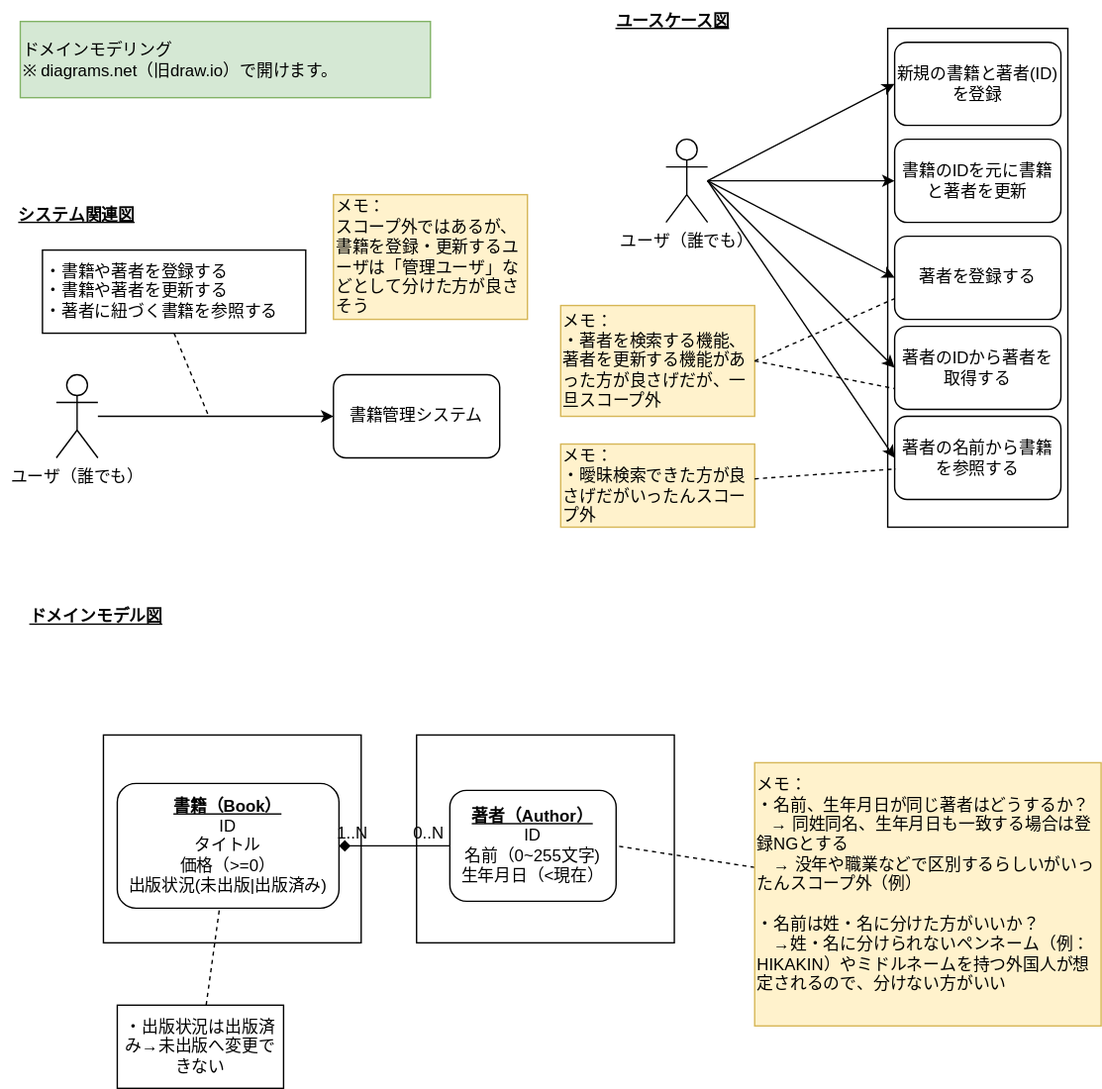
Above: docs/domain-modeling.drawio.svg in tNita/kotlin-spring-boot-onion-architecture-sample (draw.io), before the change. Source tidied: cells renumbered, new cells last; positions are measured from the earlier drawing's top-left corner, leaving out a move shared by most shapes.
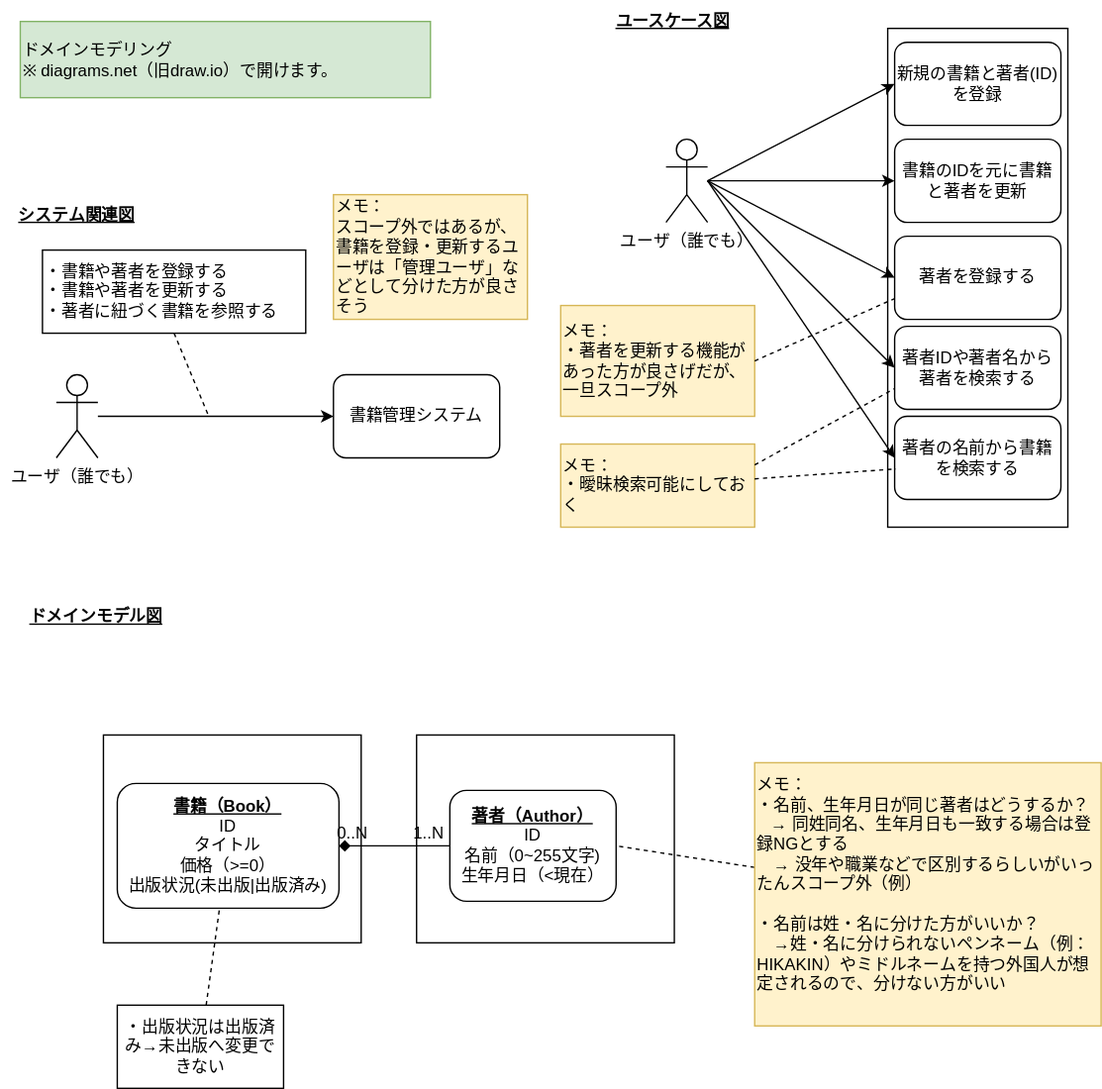
Above is the later version.

What changed in the source:
```diff
@@ -59,7 +59,7 @@
     <mxCell id="18" value="書籍のIDを元に書籍と著者を更新" style="rounded=1;whiteSpace=wrap;html=1;" parent="1" vertex="1">
       <mxGeometry x="645" y="100" width="120" height="60" as="geometry" />
     </mxCell>
-    <mxCell id="19" value="著者の名前から書籍を参照する" style="rounded=1;whiteSpace=wrap;html=1;" parent="1" vertex="1">
+    <mxCell id="19" value="著者の名前から書籍を検索する" style="rounded=1;whiteSpace=wrap;html=1;" parent="1" vertex="1">
       <mxGeometry x="645" y="300" width="120" height="60" as="geometry" />
     </mxCell>
     <mxCell id="20" value="&lt;u&gt;&lt;b&gt;ドメインモデル図&lt;/b&gt;&lt;/u&gt;" style="text;html=1;whiteSpace=wrap;strokeColor=none;fillColor=none;align=center;verticalAlign=middle;rounded=0;" parent="1" vertex="1">
@@ -74,10 +74,10 @@
     <mxCell id="23" value="&lt;b&gt;&lt;u&gt;著者（Author）&lt;/u&gt;&lt;/b&gt;&lt;br&gt;ID&lt;br&gt;名前（0~255文字)&lt;br&gt;生年月日（&amp;lt;現在）" style="rounded=1;whiteSpace=wrap;html=1;" parent="1" vertex="1">
       <mxGeometry x="324" y="570" width="120" height="80" as="geometry" />
     </mxCell>
-    <mxCell id="24" value="1..N" style="text;html=1;whiteSpace=wrap;strokeColor=none;fillColor=none;align=center;verticalAlign=middle;rounded=0;" parent="1" vertex="1">
+    <mxCell id="24" value="0..N" style="text;html=1;whiteSpace=wrap;strokeColor=none;fillColor=none;align=center;verticalAlign=middle;rounded=0;" parent="1" vertex="1">
       <mxGeometry x="239" y="596" width="30" height="10" as="geometry" />
     </mxCell>
-    <mxCell id="25" value="0..N" style="text;html=1;whiteSpace=wrap;strokeColor=none;fillColor=none;align=center;verticalAlign=middle;rounded=0;" parent="1" vertex="1">
+    <mxCell id="25" value="1..N" style="text;html=1;whiteSpace=wrap;strokeColor=none;fillColor=none;align=center;verticalAlign=middle;rounded=0;" parent="1" vertex="1">
       <mxGeometry x="294" y="596" width="30" height="10" as="geometry" />
     </mxCell>
     <mxCell id="26" style="rounded=0;jettySize=auto;html=1;endArrow=none;endFill=0;dashed=1;" parent="1" edge="1" source="27" target="21">
@@ -95,7 +95,7 @@
     <mxCell id="30" value="著者を登録する" style="rounded=1;whiteSpace=wrap;html=1;" parent="1" vertex="1">
       <mxGeometry x="645" y="170" width="120" height="60" as="geometry" />
     </mxCell>
-    <mxCell id="31" value="メモ：&lt;br&gt;・曖昧検索できた方が良さげだがいったんスコープ外" style="rounded=0;whiteSpace=wrap;html=1;align=left;fillColor=#fff2cc;strokeColor=#d6b656;" parent="1" vertex="1">
+    <mxCell id="31" value="メモ：&lt;br&gt;・曖昧検索可能にしておく" style="rounded=0;whiteSpace=wrap;html=1;align=left;fillColor=#fff2cc;strokeColor=#d6b656;" parent="1" vertex="1">
       <mxGeometry x="404" y="320" width="140" height="60" as="geometry" />
     </mxCell>
     <mxCell id="32" style="rounded=0;jettySize=auto;html=1;entryX=0;entryY=0.5;entryDx=0;entryDy=0;" parent="1" edge="1" target="30">
@@ -106,7 +106,7 @@
     <mxCell id="33" style="rounded=0;jettySize=auto;html=1;entryX=0.008;entryY=0.633;entryDx=0;entryDy=0;entryPerimeter=0;dashed=1;endArrow=none;endFill=0;" parent="1" edge="1" source="31" target="19">
       <mxGeometry relative="1" as="geometry" />
     </mxCell>
-    <mxCell id="34" value="著者のIDから著者を取得する" style="rounded=1;whiteSpace=wrap;html=1;" parent="1" vertex="1">
+    <mxCell id="34" value="著者IDや著者名から著者を検索する" style="rounded=1;whiteSpace=wrap;html=1;" parent="1" vertex="1">
       <mxGeometry x="645" y="235" width="120" height="60" as="geometry" />
     </mxCell>
     <mxCell id="35" style="rounded=0;jettySize=auto;html=1;entryX=0;entryY=0.5;entryDx=0;entryDy=0;" parent="1" edge="1" target="34">
@@ -114,10 +114,10 @@
         <mxPoint x="510" y="130" as="sourcePoint" />
       </mxGeometry>
     </mxCell>
-    <mxCell id="36" value="メモ：&lt;br&gt;・著者を検索する機能、著者を更新する機能があった方が良さげだが、一旦スコープ外" style="rounded=0;whiteSpace=wrap;html=1;align=left;fillColor=#fff2cc;strokeColor=#d6b656;" parent="1" vertex="1">
+    <mxCell id="36" value="メモ：&lt;br&gt;・著者を更新する機能があった方が良さげだが、一旦スコープ外" style="rounded=0;whiteSpace=wrap;html=1;align=left;fillColor=#fff2cc;strokeColor=#d6b656;" parent="1" vertex="1">
       <mxGeometry x="404" y="220" width="140" height="80" as="geometry" />
     </mxCell>
-    <mxCell id="37" style="rounded=0;jettySize=auto;html=1;entryX=0;entryY=0.75;entryDx=0;entryDy=0;exitX=1;exitY=0.5;exitDx=0;exitDy=0;endArrow=none;endFill=0;dashed=1;" parent="1" edge="1" source="36" target="34">
+    <mxCell id="37" style="rounded=0;jettySize=auto;html=1;entryX=0;entryY=0.75;entryDx=0;entryDy=0;exitX=1;exitY=0.25;exitDx=0;exitDy=0;endArrow=none;endFill=0;dashed=1;" parent="1" edge="1" source="31" target="34">
       <mxGeometry relative="1" as="geometry" />
     </mxCell>
     <mxCell id="38" style="rounded=0;jettySize=auto;html=1;entryX=0;entryY=0.75;entryDx=0;entryDy=0;exitX=1;exitY=0.5;exitDx=0;exitDy=0;dashed=1;endArrow=none;endFill=0;" parent="1" edge="1" source="36" target="30">
```
